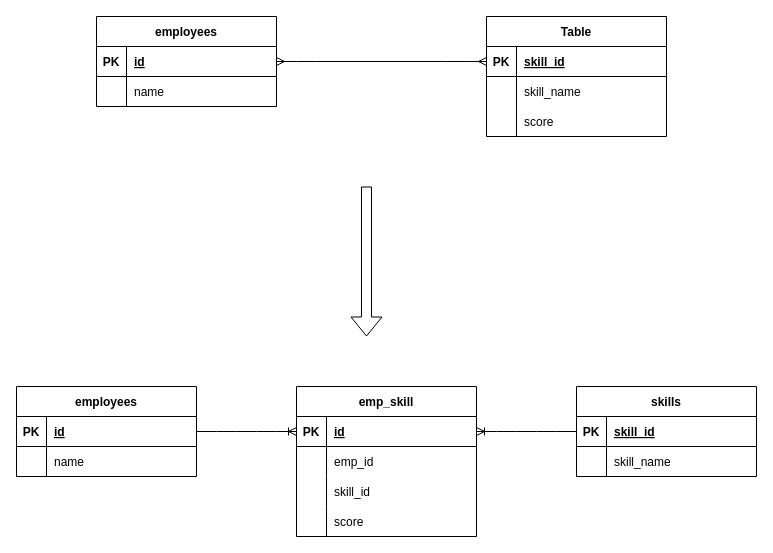
This is skill.dio from Inokuchi-Kento/SkillCheck, a draw.io file, before an edit. Source tidied: cells renumbered, new cells numbered last; positions are measured from the earlier drawing's top-left corner, leaving out a move shared by most shapes. Both pictures are drawn from the tidied source at 100%, with x=0, y=0 at pixel (16, 16).
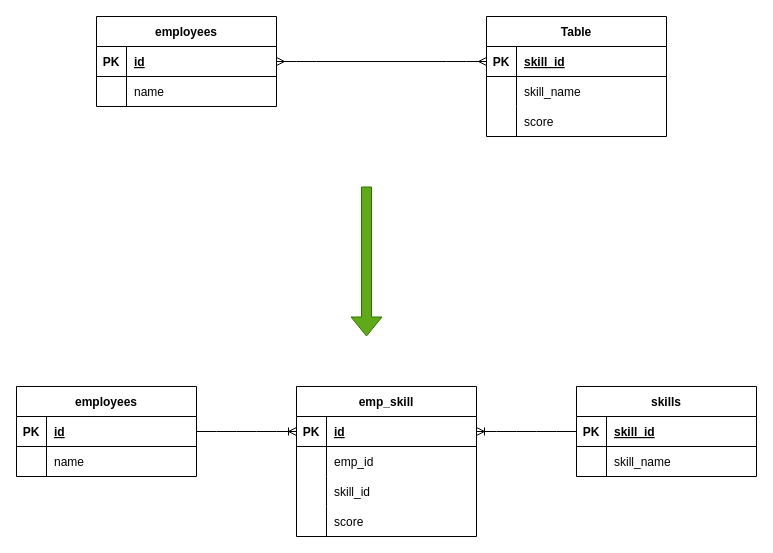
Above is the later version.

Change to the diagram source:
```diff
@@
-    <mxCell id="49" style="shape=flexArrow;endArrow=classic;html=1;" parent="1" edge="1">
+    <mxCell id="49" style="shape=flexArrow;endArrow=classic;html=1;fillColor=#60a917;strokeColor=#2D7600;" parent="1" edge="1">
       <mxGeometry relative="1" as="geometry">
         <mxPoint x="350" y="170" as="sourcePoint" />
         <mxPoint x="350" y="320" as="targetPoint" />
       </mxGeometry>
     </mxCell>
```
